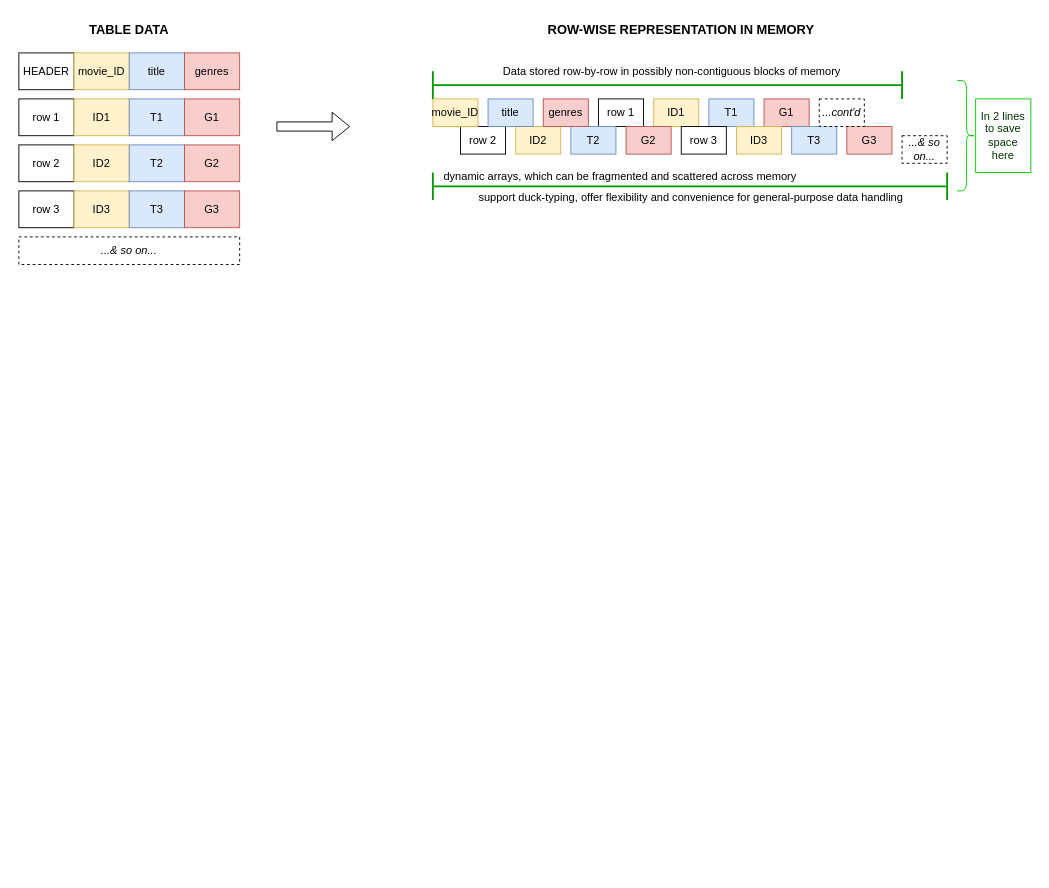
Before: page "Page-3" (3 of 3) of images/PyDataGlobal2023.drawio in shauryashaurya/learn-data-munging, a draw.io diagram. Source tidied: cells renumbered, new cells numbered last; positions are measured from the earlier drawing's top-left corner, leaving out a move shared by most shapes. Both pictures are drawn from the tidied source at 92%, with x=0, y=0 at pixel (18, 16).
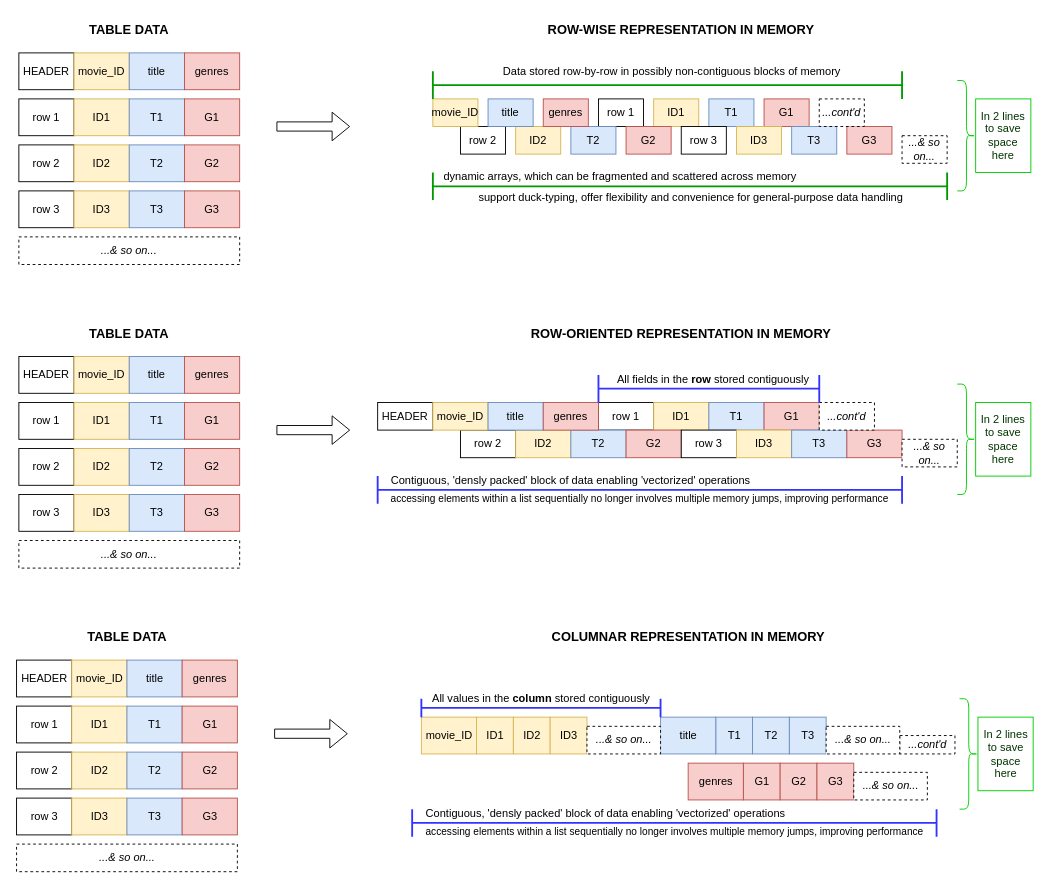
The same page after the edit.

Commit message (it also covers changes not shown here):
Updates for Pydata Global 2023

Diff of the diagram source:
```diff
@@
+    <mxCell id="47" style="group;" parent="1" vertex="1">
+      <mxGeometry y="330" width="1100" height="270" as="geometry" />
+    </mxCell>
+    <mxCell id="48" style="group;" parent="47" vertex="1">
+      <mxGeometry width="1020" height="270" as="geometry" />
+    </mxCell>
+    <mxCell id="49" style="shape=flexArrow;endArrow=classic;html=1;rounded=0;" parent="48" edge="1">
+      <mxGeometry relative="1" as="geometry">
+        <mxPoint x="280" y="120" as="sourcePoint" />
+        <mxPoint x="360" y="120" as="targetPoint" />
+      </mxGeometry>
+    </mxCell>
+    <mxCell id="50" value="row 1" style="rounded=0;whiteSpace=wrap;html=1;" parent="48" vertex="1">
+      <mxGeometry x="630" y="90" width="60" height="30" as="geometry" />
+    </mxCell>
+    <mxCell id="51" value="ID1" style="rounded=0;whiteSpace=wrap;html=1;fillColor=#fff2cc;strokeColor=#d6b656;" parent="48" vertex="1">
+      <mxGeometry x="690" y="90" width="60" height="30" as="geometry" />
+    </mxCell>
+    <mxCell id="52" value="T1" style="rounded=0;whiteSpace=wrap;html=1;fillColor=#dae8fc;strokeColor=#6c8ebf;" parent="48" vertex="1">
+      <mxGeometry x="750" y="90" width="60" height="30" as="geometry" />
+    </mxCell>
+    <mxCell id="53" value="G1" style="rounded=0;whiteSpace=wrap;html=1;fillColor=#f8cecc;strokeColor=#b85450;" parent="48" vertex="1">
+      <mxGeometry x="810" y="90" width="60" height="30" as="geometry" />
+    </mxCell>
+    <mxCell id="54" value="row 2" style="rounded=0;whiteSpace=wrap;html=1;" parent="48" vertex="1">
+      <mxGeometry x="480" y="120" width="60" height="30" as="geometry" />
+    </mxCell>
+    <mxCell id="55" value="ID2" style="rounded=0;whiteSpace=wrap;html=1;fillColor=#fff2cc;strokeColor=#d6b656;" parent="48" vertex="1">
+      <mxGeometry x="540" y="120" width="60" height="30" as="geometry" />
+    </mxCell>
+    <mxCell id="56" value="T2" style="rounded=0;whiteSpace=wrap;html=1;fillColor=#dae8fc;strokeColor=#6c8ebf;" parent="48" vertex="1">
+      <mxGeometry x="600" y="120" width="60" height="30" as="geometry" />
+    </mxCell>
+    <mxCell id="57" value="G2" style="rounded=0;whiteSpace=wrap;html=1;fillColor=#f8cecc;strokeColor=#b85450;" parent="48" vertex="1">
+      <mxGeometry x="660" y="120" width="60" height="30" as="geometry" />
+    </mxCell>
+    <mxCell id="58" value="row 3" style="rounded=0;whiteSpace=wrap;html=1;" parent="48" vertex="1">
+      <mxGeometry x="720" y="120" width="60" height="30" as="geometry" />
+    </mxCell>
+    <mxCell id="59" value="ID3" style="rounded=0;whiteSpace=wrap;html=1;fillColor=#fff2cc;strokeColor=#d6b656;" parent="48" vertex="1">
+      <mxGeometry x="780" y="120" width="60" height="30" as="geometry" />
+    </mxCell>
+    <mxCell id="60" value="T3" style="rounded=0;whiteSpace=wrap;html=1;fillColor=#dae8fc;strokeColor=#6c8ebf;" parent="48" vertex="1">
+      <mxGeometry x="840" y="120" width="60" height="30" as="geometry" />
+    </mxCell>
+    <mxCell id="61" value="G3" style="rounded=0;whiteSpace=wrap;html=1;fillColor=#f8cecc;strokeColor=#b85450;" parent="48" vertex="1">
+      <mxGeometry x="900" y="120" width="60" height="30" as="geometry" />
+    </mxCell>
+    <mxCell id="62" value="HEADER" style="rounded=0;whiteSpace=wrap;html=1;" parent="48" vertex="1">
+      <mxGeometry x="390" y="90" width="60" height="30" as="geometry" />
+    </mxCell>
+    <mxCell id="63" value="movie_ID" style="rounded=0;whiteSpace=wrap;html=1;fillColor=#fff2cc;strokeColor=#d6b656;" parent="48" vertex="1">
+      <mxGeometry x="450" y="90" width="60" height="30" as="geometry" />
+    </mxCell>
+    <mxCell id="64" value="title" style="rounded=0;whiteSpace=wrap;html=1;fillColor=#dae8fc;strokeColor=#6c8ebf;" parent="48" vertex="1">
+      <mxGeometry x="510" y="90" width="60" height="30" as="geometry" />
+    </mxCell>
+    <mxCell id="65" value="genres" style="rounded=0;whiteSpace=wrap;html=1;fillColor=#f8cecc;strokeColor=#b85450;" parent="48" vertex="1">
+      <mxGeometry x="570" y="90" width="60" height="30" as="geometry" />
+    </mxCell>
+    <mxCell id="66" value="...cont'd" style="rounded=0;whiteSpace=wrap;html=1;fontStyle=2;dashed=1;" parent="48" vertex="1">
+      <mxGeometry x="870" y="90" width="60" height="30" as="geometry" />
+    </mxCell>
+    <mxCell id="67" value="...&amp;amp; so on..." style="rounded=0;whiteSpace=wrap;html=1;fontStyle=2;dashed=1;" parent="48" vertex="1">
+      <mxGeometry x="960" y="130" width="60" height="30" as="geometry" />
+    </mxCell>
+    <mxCell id="68" value="row 1" style="rounded=0;whiteSpace=wrap;html=1;" parent="48" vertex="1">
+      <mxGeometry y="90" width="60" height="40" as="geometry" />
+    </mxCell>
+    <mxCell id="69" value="ID1" style="rounded=0;whiteSpace=wrap;html=1;fillColor=#fff2cc;strokeColor=#d6b656;" parent="48" vertex="1">
+      <mxGeometry x="60" y="90" width="60" height="40" as="geometry" />
+    </mxCell>
+    <mxCell id="70" value="T1" style="rounded=0;whiteSpace=wrap;html=1;fillColor=#dae8fc;strokeColor=#6c8ebf;" parent="48" vertex="1">
+      <mxGeometry x="120" y="90" width="60" height="40" as="geometry" />
+    </mxCell>
+    <mxCell id="71" value="G1" style="rounded=0;whiteSpace=wrap;html=1;fillColor=#f8cecc;strokeColor=#b85450;" parent="48" vertex="1">
+      <mxGeometry x="180" y="90" width="60" height="40" as="geometry" />
+    </mxCell>
+    <mxCell id="72" value="row 2" style="rounded=0;whiteSpace=wrap;html=1;" parent="48" vertex="1">
+      <mxGeometry y="140" width="60" height="40" as="geometry" />
+    </mxCell>
+    <mxCell id="73" value="ID2" style="rounded=0;whiteSpace=wrap;html=1;fillColor=#fff2cc;strokeColor=#d6b656;" parent="48" vertex="1">
+      <mxGeometry x="60" y="140" width="60" height="40" as="geometry" />
+    </mxCell>
+    <mxCell id="74" value="T2" style="rounded=0;whiteSpace=wrap;html=1;fillColor=#dae8fc;strokeColor=#6c8ebf;" parent="48" vertex="1">
+      <mxGeometry x="120" y="140" width="60" height="40" as="geometry" />
+    </mxCell>
+    <mxCell id="75" value="G2" style="rounded=0;whiteSpace=wrap;html=1;fillColor=#f8cecc;strokeColor=#b85450;" parent="48" vertex="1">
+      <mxGeometry x="180" y="140" width="60" height="40" as="geometry" />
+    </mxCell>
+    <mxCell id="76" value="row 3" style="rounded=0;whiteSpace=wrap;html=1;" parent="48" vertex="1">
+      <mxGeometry y="190" width="60" height="40" as="geometry" />
+    </mxCell>
+    <mxCell id="77" value="ID3" style="rounded=0;whiteSpace=wrap;html=1;fillColor=#fff2cc;strokeColor=#d6b656;" parent="48" vertex="1">
+      <mxGeometry x="60" y="190" width="60" height="40" as="geometry" />
+    </mxCell>
+    <mxCell id="78" value="T3" style="rounded=0;whiteSpace=wrap;html=1;fillColor=#dae8fc;strokeColor=#6c8ebf;" parent="48" vertex="1">
+      <mxGeometry x="120" y="190" width="60" height="40" as="geometry" />
+    </mxCell>
+    <mxCell id="79" value="G3" style="rounded=0;whiteSpace=wrap;html=1;fillColor=#f8cecc;strokeColor=#b85450;" parent="48" vertex="1">
+      <mxGeometry x="180" y="190" width="60" height="40" as="geometry" />
+    </mxCell>
+    <mxCell id="80" value="HEADER" style="rounded=0;whiteSpace=wrap;html=1;" parent="48" vertex="1">
+      <mxGeometry y="40" width="60" height="40" as="geometry" />
+    </mxCell>
+    <mxCell id="81" value="movie_ID" style="rounded=0;whiteSpace=wrap;html=1;fillColor=#fff2cc;strokeColor=#d6b656;" parent="48" vertex="1">
+      <mxGeometry x="60" y="40" width="60" height="40" as="geometry" />
+    </mxCell>
+    <mxCell id="82" value="title" style="rounded=0;whiteSpace=wrap;html=1;fillColor=#dae8fc;strokeColor=#6c8ebf;" parent="48" vertex="1">
+      <mxGeometry x="120" y="40" width="60" height="40" as="geometry" />
+    </mxCell>
+    <mxCell id="83" value="genres" style="rounded=0;whiteSpace=wrap;html=1;fillColor=#f8cecc;strokeColor=#b85450;" parent="48" vertex="1">
+      <mxGeometry x="180" y="40" width="60" height="40" as="geometry" />
+    </mxCell>
+    <mxCell id="84" value="...&amp;amp; so on..." style="rounded=0;whiteSpace=wrap;html=1;fontStyle=2;dashed=1;" parent="48" vertex="1">
+      <mxGeometry y="240" width="240" height="30" as="geometry" />
+    </mxCell>
+    <mxCell id="85" value="TABLE DATA" style="text;html=1;strokeColor=none;fillColor=none;align=center;verticalAlign=middle;whiteSpace=wrap;rounded=0;fontStyle=1;fontSize=14;" parent="48" vertex="1">
+      <mxGeometry x="60" width="120" height="30" as="geometry" />
+    </mxCell>
+    <mxCell id="86" value="ROW-ORIENTED REPRESENTATION IN MEMORY" style="text;html=1;strokeColor=none;fillColor=none;align=center;verticalAlign=middle;whiteSpace=wrap;rounded=0;fontStyle=1;fontSize=14;" parent="48" vertex="1">
+      <mxGeometry x="540" width="360" height="30" as="geometry" />
+    </mxCell>
+    <mxCell id="87" style="shape=crossbar;whiteSpace=wrap;html=1;rounded=1;strokeWidth=2;verticalAlign=top;strokeColor=#3333FF;" parent="48" vertex="1">
+      <mxGeometry x="630" y="60" width="240" height="30" as="geometry" />
+    </mxCell>
+    <mxCell id="88" value="All fields in the &lt;b&gt;row&lt;/b&gt; stored contiguously" style="text;html=1;strokeColor=none;fillColor=none;align=center;verticalAlign=middle;whiteSpace=wrap;rounded=0;" parent="48" vertex="1">
+      <mxGeometry x="640" y="50" width="230" height="30" as="geometry" />
+    </mxCell>
+    <mxCell id="89" style="shape=crossbar;whiteSpace=wrap;html=1;rounded=1;strokeWidth=2;verticalAlign=top;strokeColor=#3333FF;" parent="48" vertex="1">
+      <mxGeometry x="390" y="170" width="570" height="30" as="geometry" />
+    </mxCell>
+    <mxCell id="90" value="Contiguous, 'densly packed' block of data enabling 'vectorized' operations" style="text;html=1;strokeColor=none;fillColor=none;align=center;verticalAlign=middle;whiteSpace=wrap;rounded=0;" parent="48" vertex="1">
+      <mxGeometry x="395" y="160" width="410" height="30" as="geometry" />
+    </mxCell>
+    <mxCell id="91" value="accessing elements within a list sequentially no longer involves multiple memory jumps, improving performance" style="text;html=1;strokeColor=none;fillColor=none;align=center;verticalAlign=middle;whiteSpace=wrap;rounded=0;fontSize=11;" parent="48" vertex="1">
+      <mxGeometry x="390" y="180" width="570" height="30" as="geometry" />
+    </mxCell>
+    <mxCell id="92" style="shape=curlyBracket;whiteSpace=wrap;html=1;rounded=1;flipH=1;labelPosition=right;verticalLabelPosition=middle;align=left;verticalAlign=middle;strokeColor=#00CC00;" parent="47" vertex="1">
+      <mxGeometry x="1020" y="70" width="20" height="120" as="geometry" />
+    </mxCell>
+    <mxCell id="93" value="In 2 lines&lt;br&gt;to save space here" style="text;html=1;strokeColor=#00CC00;fillColor=none;align=center;verticalAlign=middle;whiteSpace=wrap;rounded=0;fontColor=#003300;" parent="47" vertex="1">
+      <mxGeometry x="1040" y="90" width="60" height="80" as="geometry" />
+    </mxCell>
+    <mxCell id="94" style="group;" parent="1" vertex="1">
+      <mxGeometry x="-2.5" y="660" width="1105" height="270" as="geometry" />
+    </mxCell>
+    <mxCell id="95" style="shape=flexArrow;endArrow=classic;html=1;rounded=0;" parent="94" edge="1">
+      <mxGeometry relative="1" as="geometry">
+        <mxPoint x="280" y="120" as="sourcePoint" />
+        <mxPoint x="360" y="120" as="targetPoint" />
+      </mxGeometry>
+    </mxCell>
+    <mxCell id="96" value="TABLE DATA" style="text;html=1;strokeColor=none;fillColor=none;align=center;verticalAlign=middle;whiteSpace=wrap;rounded=0;fontStyle=1;fontSize=14;" parent="94" vertex="1">
+      <mxGeometry x="60" width="120" height="30" as="geometry" />
+    </mxCell>
+    <mxCell id="97" value="COLUMNAR REPRESENTATION IN MEMORY" style="text;html=1;strokeColor=none;fillColor=none;align=center;verticalAlign=middle;whiteSpace=wrap;rounded=0;fontStyle=1;fontSize=14;" parent="94" vertex="1">
+      <mxGeometry x="550" width="360" height="30" as="geometry" />
+    </mxCell>
+    <mxCell id="98" style="group;" parent="94" vertex="1">
+      <mxGeometry x="440" y="102" width="580" height="90" as="geometry" />
+    </mxCell>
+    <mxCell id="99" value="ID1" style="rounded=0;whiteSpace=wrap;html=1;fillColor=#fff2cc;strokeColor=#d6b656;" parent="98" vertex="1">
+      <mxGeometry x="60" width="40" height="40" as="geometry" />
+    </mxCell>
+    <mxCell id="100" value="T1" style="rounded=0;whiteSpace=wrap;html=1;fillColor=#dae8fc;strokeColor=#6c8ebf;" parent="98" vertex="1">
+      <mxGeometry x="320" width="40" height="40" as="geometry" />
+    </mxCell>
+    <mxCell id="101" value="G1" style="rounded=0;whiteSpace=wrap;html=1;fillColor=#f8cecc;strokeColor=#b85450;" parent="98" vertex="1">
+      <mxGeometry x="350" y="50" width="40" height="40" as="geometry" />
+    </mxCell>
+    <mxCell id="102" value="ID2" style="rounded=0;whiteSpace=wrap;html=1;fillColor=#fff2cc;strokeColor=#d6b656;" parent="98" vertex="1">
+      <mxGeometry x="100" width="40" height="40" as="geometry" />
+    </mxCell>
+    <mxCell id="103" value="T2" style="rounded=0;whiteSpace=wrap;html=1;fillColor=#dae8fc;strokeColor=#6c8ebf;" parent="98" vertex="1">
+      <mxGeometry x="360" width="40" height="40" as="geometry" />
+    </mxCell>
+    <mxCell id="104" value="G2" style="rounded=0;whiteSpace=wrap;html=1;fillColor=#f8cecc;strokeColor=#b85450;" parent="98" vertex="1">
+      <mxGeometry x="390" y="50" width="40" height="40" as="geometry" />
+    </mxCell>
+    <mxCell id="105" value="ID3" style="rounded=0;whiteSpace=wrap;html=1;fillColor=#fff2cc;strokeColor=#d6b656;" parent="98" vertex="1">
+      <mxGeometry x="140" width="40" height="40" as="geometry" />
+    </mxCell>
+    <mxCell id="106" value="T3" style="rounded=0;whiteSpace=wrap;html=1;fillColor=#dae8fc;strokeColor=#6c8ebf;" parent="98" vertex="1">
+      <mxGeometry x="400" width="40" height="40" as="geometry" />
+    </mxCell>
+    <mxCell id="107" value="G3" style="rounded=0;whiteSpace=wrap;html=1;fillColor=#f8cecc;strokeColor=#b85450;" parent="98" vertex="1">
+      <mxGeometry x="430" y="50" width="40" height="40" as="geometry" />
+    </mxCell>
+    <mxCell id="108" value="movie_ID" style="rounded=0;whiteSpace=wrap;html=1;fillColor=#fff2cc;strokeColor=#d6b656;" parent="98" vertex="1">
+      <mxGeometry width="60" height="40" as="geometry" />
+    </mxCell>
+    <mxCell id="109" value="title" style="rounded=0;whiteSpace=wrap;html=1;fillColor=#dae8fc;strokeColor=#6c8ebf;" parent="98" vertex="1">
+      <mxGeometry x="260" width="60" height="40" as="geometry" />
+    </mxCell>
+    <mxCell id="110" value="genres" style="rounded=0;whiteSpace=wrap;html=1;fillColor=#f8cecc;strokeColor=#b85450;" parent="98" vertex="1">
+      <mxGeometry x="290" y="50" width="60" height="40" as="geometry" />
+    </mxCell>
+    <mxCell id="111" value="...&amp;amp; so on..." style="rounded=0;whiteSpace=wrap;html=1;fontStyle=2;dashed=1;" parent="98" vertex="1">
+      <mxGeometry x="180" y="10" width="80" height="30" as="geometry" />
+    </mxCell>
+    <mxCell id="112" value="...cont'd" style="rounded=0;whiteSpace=wrap;html=1;fontStyle=2;dashed=1;" parent="98" vertex="1">
+      <mxGeometry x="520" y="20" width="60" height="20" as="geometry" />
+    </mxCell>
+    <mxCell id="113" value="...&amp;amp; so on..." style="rounded=0;whiteSpace=wrap;html=1;fontStyle=2;dashed=1;" parent="98" vertex="1">
+      <mxGeometry x="440" y="10" width="80" height="30" as="geometry" />
+    </mxCell>
+    <mxCell id="114" value="...&amp;amp; so on..." style="rounded=0;whiteSpace=wrap;html=1;fontStyle=2;dashed=1;" parent="98" vertex="1">
+      <mxGeometry x="470" y="60" width="80" height="30" as="geometry" />
+    </mxCell>
+    <mxCell id="115" style="group;" parent="94" vertex="1">
+      <mxGeometry y="40" width="240" height="230" as="geometry" />
+    </mxCell>
+    <mxCell id="116" value="row 1" style="rounded=0;whiteSpace=wrap;html=1;" parent="115" vertex="1">
+      <mxGeometry y="50" width="60" height="40" as="geometry" />
+    </mxCell>
+    <mxCell id="117" value="ID1" style="rounded=0;whiteSpace=wrap;html=1;fillColor=#fff2cc;strokeColor=#d6b656;" parent="115" vertex="1">
+      <mxGeometry x="60" y="50" width="60" height="40" as="geometry" />
+    </mxCell>
+    <mxCell id="118" value="T1" style="rounded=0;whiteSpace=wrap;html=1;fillColor=#dae8fc;strokeColor=#6c8ebf;" parent="115" vertex="1">
+      <mxGeometry x="120" y="50" width="60" height="40" as="geometry" />
+    </mxCell>
+    <mxCell id="119" value="G1" style="rounded=0;whiteSpace=wrap;html=1;fillColor=#f8cecc;strokeColor=#b85450;" parent="115" vertex="1">
+      <mxGeometry x="180" y="50" width="60" height="40" as="geometry" />
+    </mxCell>
+    <mxCell id="120" value="row 2" style="rounded=0;whiteSpace=wrap;html=1;" parent="115" vertex="1">
+      <mxGeometry y="100" width="60" height="40" as="geometry" />
+    </mxCell>
+    <mxCell id="121" value="ID2" style="rounded=0;whiteSpace=wrap;html=1;fillColor=#fff2cc;strokeColor=#d6b656;" parent="115" vertex="1">
+      <mxGeometry x="60" y="100" width="60" height="40" as="geometry" />
+    </mxCell>
+    <mxCell id="122" value="T2" style="rounded=0;whiteSpace=wrap;html=1;fillColor=#dae8fc;strokeColor=#6c8ebf;" parent="115" vertex="1">
+      <mxGeometry x="120" y="100" width="60" height="40" as="geometry" />
+    </mxCell>
+    <mxCell id="123" value="G2" style="rounded=0;whiteSpace=wrap;html=1;fillColor=#f8cecc;strokeColor=#b85450;" parent="115" vertex="1">
+      <mxGeometry x="180" y="100" width="60" height="40" as="geometry" />
+    </mxCell>
+    <mxCell id="124" value="row 3" style="rounded=0;whiteSpace=wrap;html=1;" parent="115" vertex="1">
+      <mxGeometry y="150" width="60" height="40" as="geometry" />
+    </mxCell>
+    <mxCell id="125" value="ID3" style="rounded=0;whiteSpace=wrap;html=1;fillColor=#fff2cc;strokeColor=#d6b656;" parent="115" vertex="1">
+      <mxGeometry x="60" y="150" width="60" height="40" as="geometry" />
+    </mxCell>
+    <mxCell id="126" value="T3" style="rounded=0;whiteSpace=wrap;html=1;fillColor=#dae8fc;strokeColor=#6c8ebf;" parent="115" vertex="1">
+      <mxGeometry x="120" y="150" width="60" height="40" as="geometry" />
+    </mxCell>
+    <mxCell id="127" value="G3" style="rounded=0;whiteSpace=wrap;html=1;fillColor=#f8cecc;strokeColor=#b85450;" parent="115" vertex="1">
+      <mxGeometry x="180" y="150" width="60" height="40" as="geometry" />
+    </mxCell>
+    <mxCell id="128" value="HEADER" style="rounded=0;whiteSpace=wrap;html=1;" parent="115" vertex="1">
+      <mxGeometry width="60" height="40" as="geometry" />
+    </mxCell>
+    <mxCell id="129" value="movie_ID" style="rounded=0;whiteSpace=wrap;html=1;fillColor=#fff2cc;strokeColor=#d6b656;" parent="115" vertex="1">
+      <mxGeometry x="60" width="60" height="40" as="geometry" />
+    </mxCell>
+    <mxCell id="130" value="title" style="rounded=0;whiteSpace=wrap;html=1;fillColor=#dae8fc;strokeColor=#6c8ebf;" parent="115" vertex="1">
+      <mxGeometry x="120" width="60" height="40" as="geometry" />
+    </mxCell>
+    <mxCell id="131" value="genres" style="rounded=0;whiteSpace=wrap;html=1;fillColor=#f8cecc;strokeColor=#b85450;" parent="115" vertex="1">
+      <mxGeometry x="180" width="60" height="40" as="geometry" />
+    </mxCell>
+    <mxCell id="132" value="...&amp;amp; so on..." style="rounded=0;whiteSpace=wrap;html=1;fontStyle=2;dashed=1;" parent="115" vertex="1">
+      <mxGeometry y="200" width="240" height="30" as="geometry" />
+    </mxCell>
+    <mxCell id="133" style="shape=crossbar;whiteSpace=wrap;html=1;rounded=1;strokeWidth=2;verticalAlign=top;strokeColor=#3333FF;" parent="94" vertex="1">
+      <mxGeometry x="440" y="82" width="260" height="20" as="geometry" />
+    </mxCell>
+    <mxCell id="134" value="All values in the &lt;b&gt;column&amp;nbsp;&lt;/b&gt;stored contiguously" style="text;html=1;strokeColor=none;fillColor=none;align=center;verticalAlign=middle;whiteSpace=wrap;rounded=0;" parent="94" vertex="1">
+      <mxGeometry x="450" y="67" width="240" height="30" as="geometry" />
+    </mxCell>
+    <mxCell id="135" style="shape=curlyBracket;whiteSpace=wrap;html=1;rounded=1;flipH=1;labelPosition=right;verticalLabelPosition=middle;align=left;verticalAlign=middle;strokeColor=#00CC00;" parent="94" vertex="1">
+      <mxGeometry x="1025" y="82" width="20" height="120" as="geometry" />
+    </mxCell>
+    <mxCell id="136" value="In 2 lines&lt;br&gt;to save space here" style="text;html=1;strokeColor=#00CC00;fillColor=none;align=center;verticalAlign=middle;whiteSpace=wrap;rounded=0;fontColor=#003300;" parent="94" vertex="1">
+      <mxGeometry x="1045" y="102" width="60" height="80" as="geometry" />
+    </mxCell>
+    <mxCell id="137" style="shape=crossbar;whiteSpace=wrap;html=1;rounded=1;strokeWidth=2;verticalAlign=top;strokeColor=#3333FF;" parent="94" vertex="1">
+      <mxGeometry x="430" y="202" width="570" height="30" as="geometry" />
+    </mxCell>
+    <mxCell id="138" value="Contiguous, 'densly packed' block of data enabling 'vectorized' operations" style="text;html=1;strokeColor=none;fillColor=none;align=center;verticalAlign=middle;whiteSpace=wrap;rounded=0;" parent="94" vertex="1">
+      <mxGeometry x="435" y="192" width="410" height="30" as="geometry" />
+    </mxCell>
+    <mxCell id="139" value="accessing elements within a list sequentially no longer involves multiple memory jumps, improving performance" style="text;html=1;strokeColor=none;fillColor=none;align=center;verticalAlign=middle;whiteSpace=wrap;rounded=0;fontSize=11;" parent="94" vertex="1">
+      <mxGeometry x="430" y="212" width="570" height="30" as="geometry" />
+    </mxCell>
```
